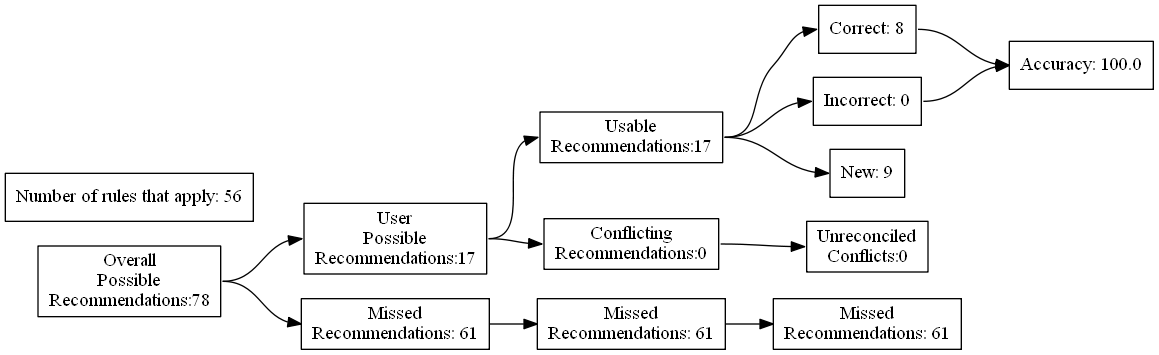
The Graphviz diagram test_renders/12.gv.png in ZaxR/ibd_diet_analysis, before a commit. Its source is kept beside it as test_renders/12.gv.
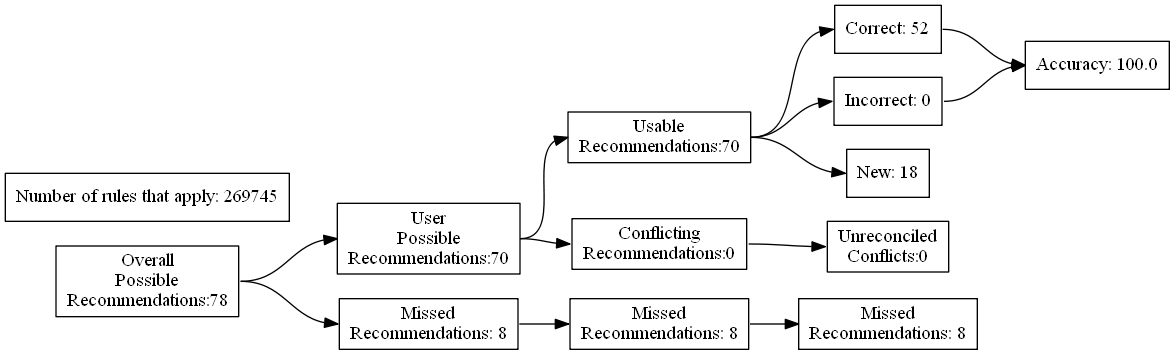
Above is the later version.

What changed in the source:
```diff
@@ -7,24 +7,24 @@
 Recommendations:78"]
 		B [label="User
 Possible
-Recommendations:17"]
+Recommendations:70"]
 		C [label="Missed
-Recommendations: 61"]
+Recommendations: 8"]
 		D [label="Usable
-Recommendations:17"]
+Recommendations:70"]
 		E [label="Conflicting
 Recommendations:0"]
 		J [label="Missed
-Recommendations: 61"]
+Recommendations: 8"]
 		M [label="Unreconciled
 Conflicts:0"]
-		F [label="Correct: 8"]
+		F [label="Correct: 52"]
 		G [label="Incorrect: 0"]
-		H [label="New: 9"]
+		H [label="New: 18"]
 		K [label="Missed
-Recommendations: 61"]
+Recommendations: 8"]
 		I [label="Accuracy: 100.0"]
-		l [label="Number of rules that apply: 56"]
+		l [label="Number of rules that apply: 269745"]
 			A -> B
 			A -> C
 			B -> D
```
